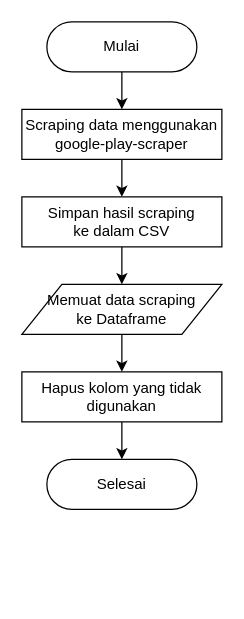
Earlier version of the draw.io diagram page "Scraping" (2 of 9) of Untitled Diagram.drawio (mksyfla/analysis-sentiment-using-svm). Source tidied: cells renumbered, new cells numbered last; positions are measured from the earlier drawing's top-left corner, leaving out a move shared by most shapes. Both pictures are drawn from the tidied source at 125%, with x=0, y=0 at pixel (21, 21).
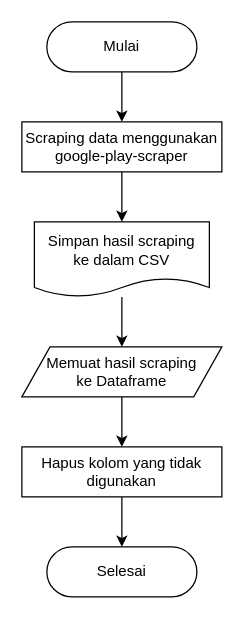
After the change.

Diff of the diagram source:
```diff
@@
 <mxGraphModel>
   <root>
     <mxCell id="0" />
     <mxCell id="1" parent="0" />
     <mxCell id="2" style="edgeStyle=orthogonalEdgeStyle;rounded=0;jettySize=auto;html=1;" parent="1" edge="1" source="3" target="5">
       <mxGeometry relative="1" as="geometry" />
     </mxCell>
     <mxCell id="3" value="Mulai" style="html=1;dashed=0;whiteSpace=wrap;shape=mxgraph.dfd.start;" parent="1" vertex="1">
       <mxGeometry x="20" width="120" height="40" as="geometry" />
     </mxCell>
     <mxCell id="4" style="edgeStyle=orthogonalEdgeStyle;rounded=0;jettySize=auto;html=1;" parent="1" edge="1" source="5" target="10">
       <mxGeometry relative="1" as="geometry" />
     </mxCell>
     <mxCell id="5" value="&lt;div&gt;Scraping data&amp;nbsp;menggunakan&lt;/div&gt;&lt;div&gt;google-play-scraper&lt;/div&gt;" style="html=1;dashed=0;whiteSpace=wrap;" parent="1" vertex="1">
-      <mxGeometry y="70" width="160" height="40" as="geometry" />
+      <mxGeometry y="80" width="160" height="40" as="geometry" />
     </mxCell>
     <mxCell id="6" style="edgeStyle=orthogonalEdgeStyle;rounded=0;jettySize=auto;html=1;" parent="1" edge="1" source="7" target="8">
       <mxGeometry relative="1" as="geometry" />
     </mxCell>
     <mxCell id="7" value="&lt;div&gt;Hapus kolom&amp;nbsp;yang tidak digunakan&lt;/div&gt;" style="html=1;dashed=0;whiteSpace=wrap;" parent="1" vertex="1">
-      <mxGeometry y="280" width="160" height="40" as="geometry" />
+      <mxGeometry y="340" width="160" height="40" as="geometry" />
     </mxCell>
     <mxCell id="8" value="Selesai" style="html=1;dashed=0;whiteSpace=wrap;shape=mxgraph.dfd.start;" parent="1" vertex="1">
-      <mxGeometry x="20" y="350" width="120" height="40" as="geometry" />
+      <mxGeometry x="20" y="420" width="120" height="40" as="geometry" />
     </mxCell>
     <mxCell id="9" style="edgeStyle=orthogonalEdgeStyle;rounded=0;jettySize=auto;html=1;" parent="1" edge="1" source="10" target="12">
-      <mxGeometry relative="1" as="geometry" />
+      <mxGeometry relative="1" as="geometry">
+        <Array as="points">
+          <mxPoint x="80" y="200" />
+        </Array>
+      </mxGeometry>
     </mxCell>
-    <mxCell id="10" value="&lt;div&gt;Simpan hasil&amp;nbsp;scraping&lt;/div&gt;&lt;div&gt;ke dalam CSV&lt;/div&gt;" style="html=1;dashed=0;whiteSpace=wrap;" parent="1" vertex="1">
-      <mxGeometry y="140" width="160" height="40" as="geometry" />
-    </mxCell>
     <mxCell id="11" style="edgeStyle=orthogonalEdgeStyle;rounded=0;jettySize=auto;html=1;" parent="1" edge="1" source="12" target="7">
       <mxGeometry relative="1" as="geometry" />
     </mxCell>
-    <mxCell id="12" value="&lt;div&gt;Memuat data scraping&lt;/div&gt;&lt;div&gt;ke Dataframe&lt;/div&gt;" style="shape=parallelogram;perimeter=parallelogramPerimeter;whiteSpace=wrap;html=1;dashed=0;" parent="1" vertex="1">
-      <mxGeometry y="210" width="160" height="40" as="geometry" />
+    <mxCell id="12" value="&lt;div&gt;Memuat hasil scraping&lt;/div&gt;&lt;div&gt;ke Dataframe&lt;/div&gt;" style="shape=parallelogram;perimeter=parallelogramPerimeter;whiteSpace=wrap;html=1;dashed=0;size=0.140625;" parent="1" vertex="1">
+      <mxGeometry y="260" width="160" height="40" as="geometry" />
     </mxCell>
+    <mxCell id="10" value="&lt;div&gt;Simpan hasil&amp;nbsp;scraping&lt;/div&gt;&lt;div&gt;ke dalam CSV&lt;/div&gt;" style="shape=document;whiteSpace=wrap;html=1;boundedLbl=1;size=0.25;" parent="1" vertex="1">
+      <mxGeometry x="10" y="160" width="140" height="60" as="geometry" />
+    </mxCell>
   </root>
 </mxGraphModel>
```
